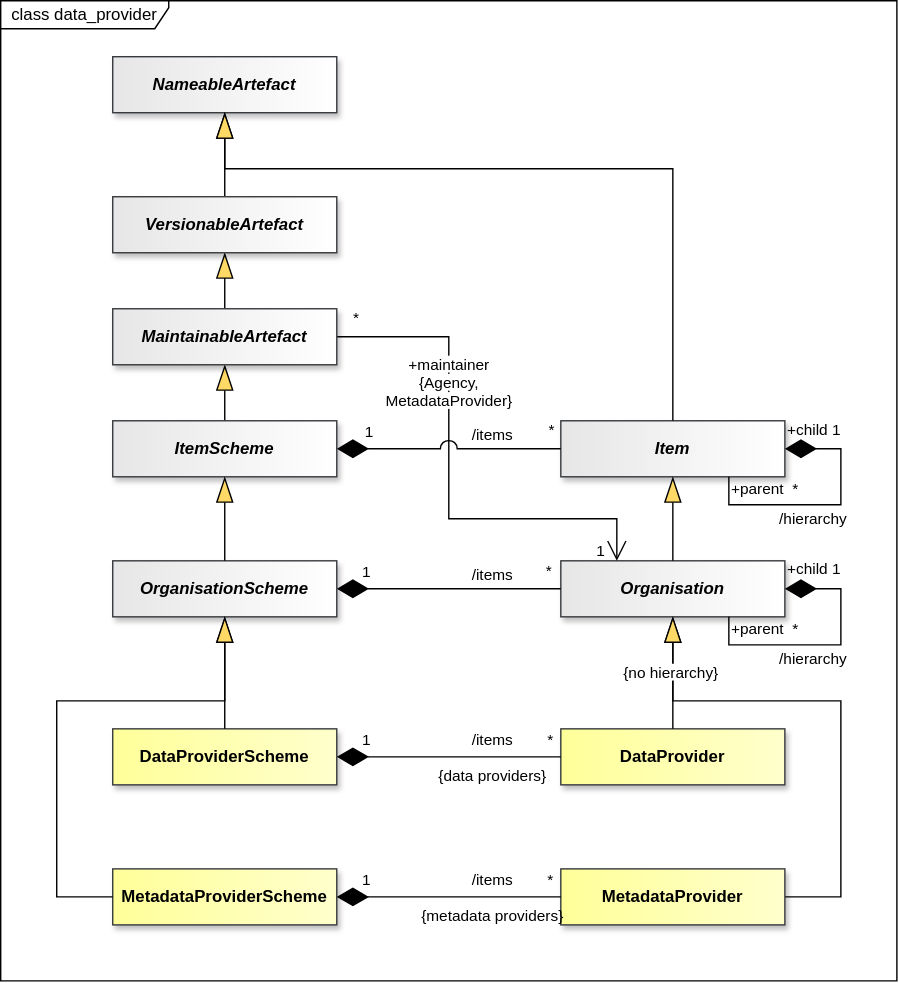
Above: docs/logical_interfaces/media/sdmx_registry-data_provider.svg in sdmx-twg/sdmx-im (draw.io), before the change. Source tidied: cells renumbered, new cells last; positions are measured from the earlier drawing's top-left corner, leaving out a move shared by most shapes.
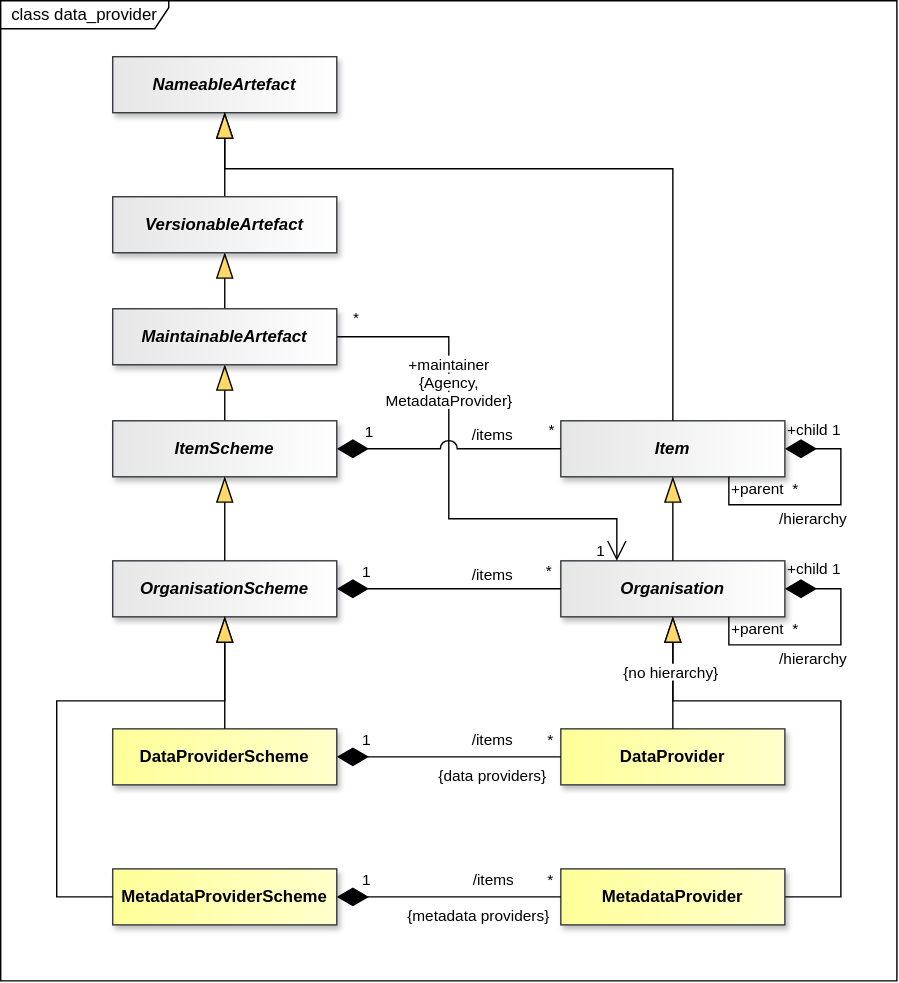
After the commit.

What changed in the source:
```diff
@@ -383,9 +383,9 @@
         <mxPoint x="-2" y="-9" as="offset" />
       </mxGeometry>
     </mxCell>
-    <mxCell id="108" value="/items&lt;div&gt;&lt;br&gt;&lt;/div&gt;&lt;div&gt;{metadata providers}&lt;/div&gt;" style="edgeLabel;html=1;align=center;verticalAlign=middle;fontSize=11;labelBackgroundColor=none;" parent="105" vertex="1">
+    <mxCell id="108" value="&amp;nbsp; &amp;nbsp; &amp;nbsp; &amp;nbsp;/items&lt;div&gt;&lt;br&gt;&lt;/div&gt;&lt;div&gt;{metadata providers}&lt;/div&gt;" style="edgeLabel;html=1;align=center;verticalAlign=middle;fontSize=11;labelBackgroundColor=none;" parent="105" vertex="1">
       <mxGeometry x="-0.32" relative="1" as="geometry">
-        <mxPoint x="56" as="offset" />
+        <mxPoint x="46" as="offset" />
       </mxGeometry>
     </mxCell>
     <mxCell id="109" style="endArrow=blockThin;endSize=16;endFill=1;html=1;rounded=0;startFill=0;endFillColor=light-dark(#FFD966,#FFD966);strokeColor=light-dark(#000000,#FFFFFF);startFillColor=light-dark(#000000,#FFFFFF);labelBackgroundColor=none;labelBorderColor=light-dark(#000000,#FFFFFF);entryX=0.5;entryY=1;entryDx=0;entryDy=0;exitX=0;exitY=0.5;exitDx=0;exitDy=0;" parent="1" edge="1" source="104" target="83">
```
